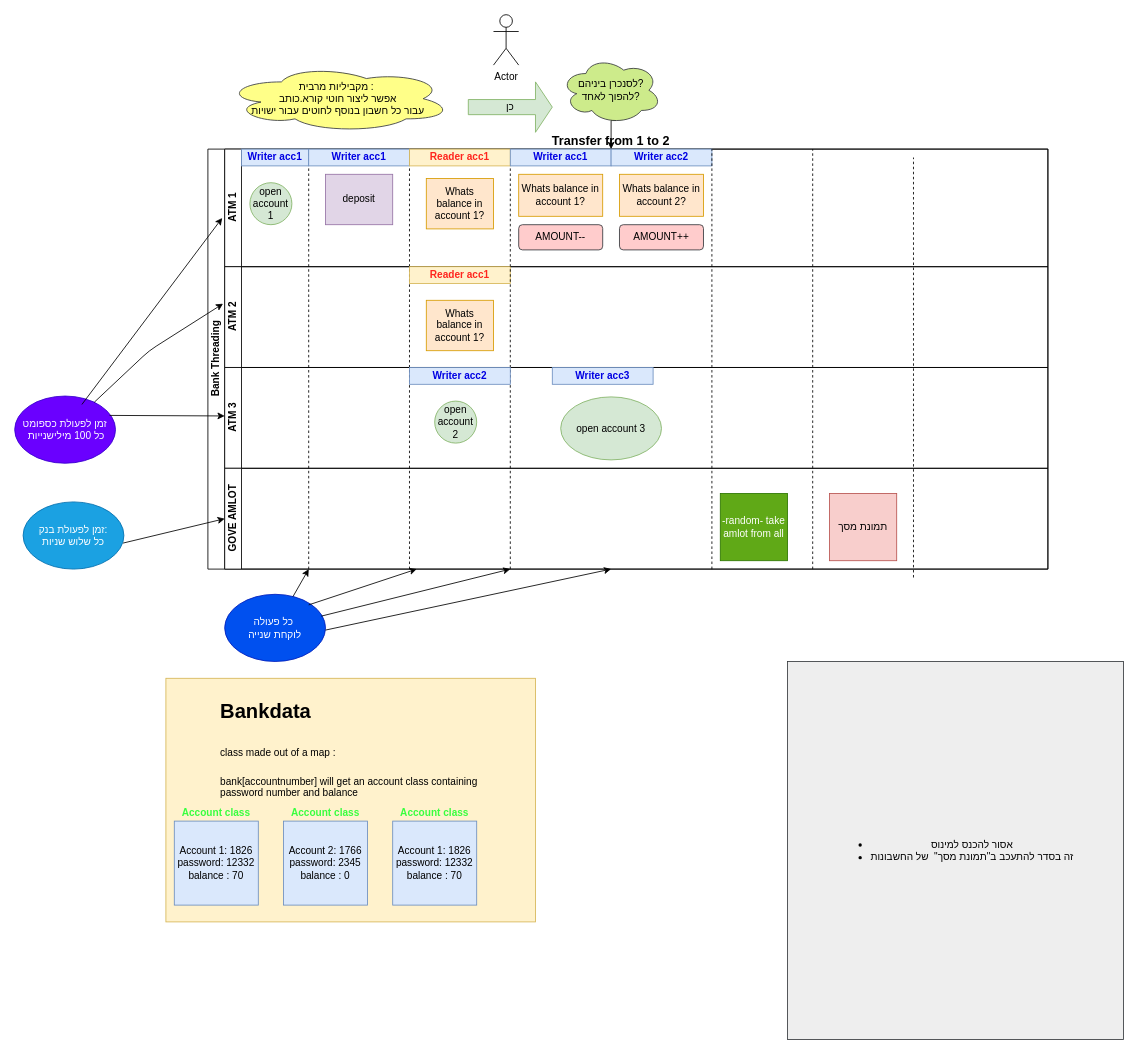
The draw.io diagram bank.drawio in eladpar/bankThreads, before the edit. Source tidied: cells renumbered, new cells numbered last; positions are measured from the earlier drawing's top-left corner, leaving out a move shared by most shapes. Both pictures are drawn from the tidied source at 84%, with x=0, y=0 at pixel (14, 14).
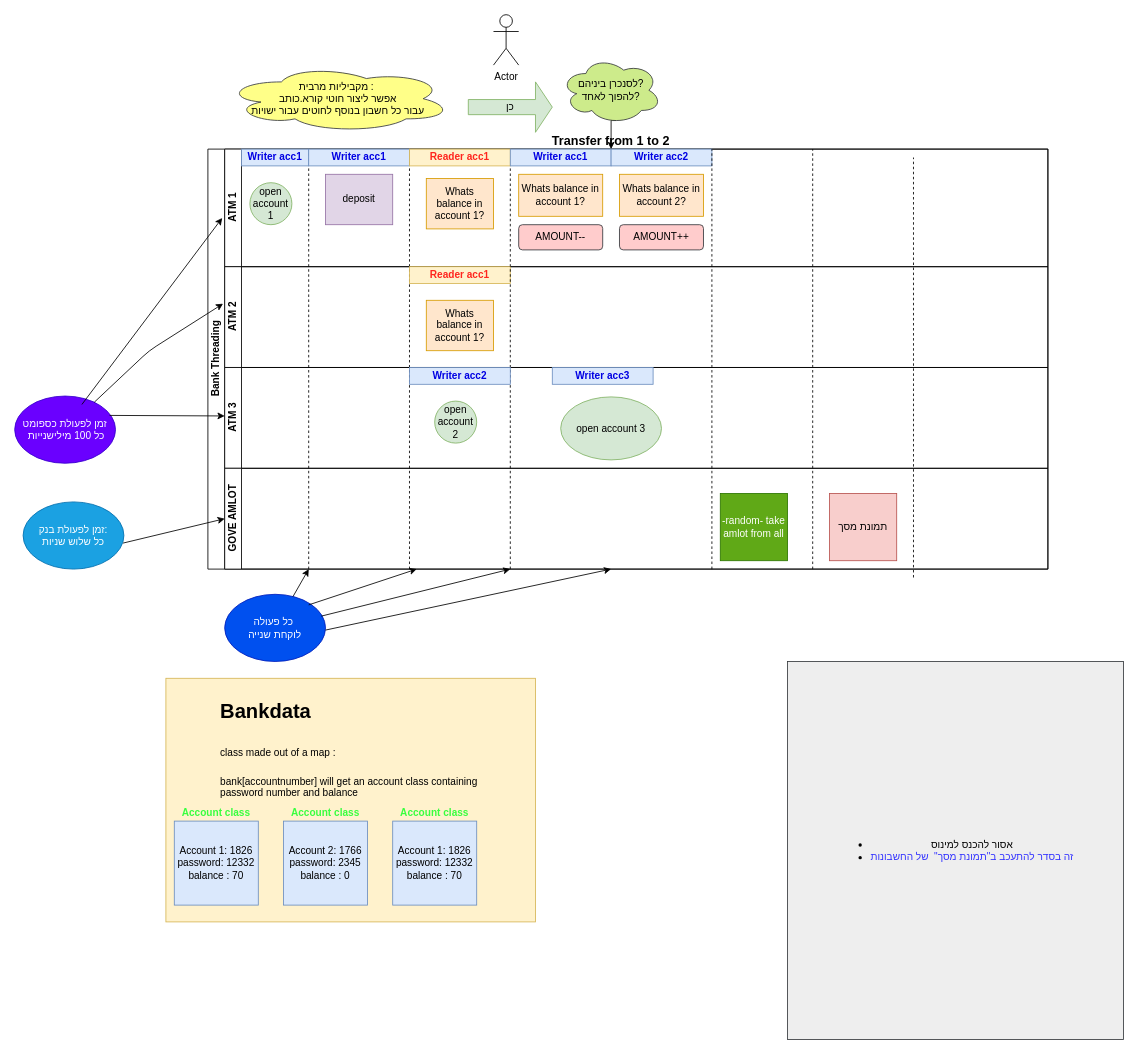
The same page after the edit.

Change to the diagram source:
```diff
@@
-    <mxCell id="44" value="&lt;ul&gt;&lt;li&gt;אסור להכנס למינוס&lt;/li&gt;&lt;li&gt;זה בסדר להתעכב ב&quot;תמונת מסך&quot;&amp;nbsp; של החשבונות&lt;/li&gt;&lt;/ul&gt;" style="rounded=0;whiteSpace=wrap;html=1;fillColor=#eeeeee;strokeColor=#36393d;" parent="1" vertex="1">
+    <mxCell id="44" value="&lt;ul&gt;&lt;li&gt;אסור להכנס למינוס&lt;/li&gt;&lt;li&gt;&lt;font color=&quot;#3333ff&quot;&gt;זה בסדר להתעכב ב&quot;תמונת מסך&quot;&amp;nbsp; של החשבונות&lt;/font&gt;&lt;/li&gt;&lt;/ul&gt;" style="rounded=0;whiteSpace=wrap;html=1;fillColor=#eeeeee;strokeColor=#36393d;" parent="1" vertex="1">
       <mxGeometry x="920" y="770" width="400" height="450" as="geometry" />
     </mxCell>
```
